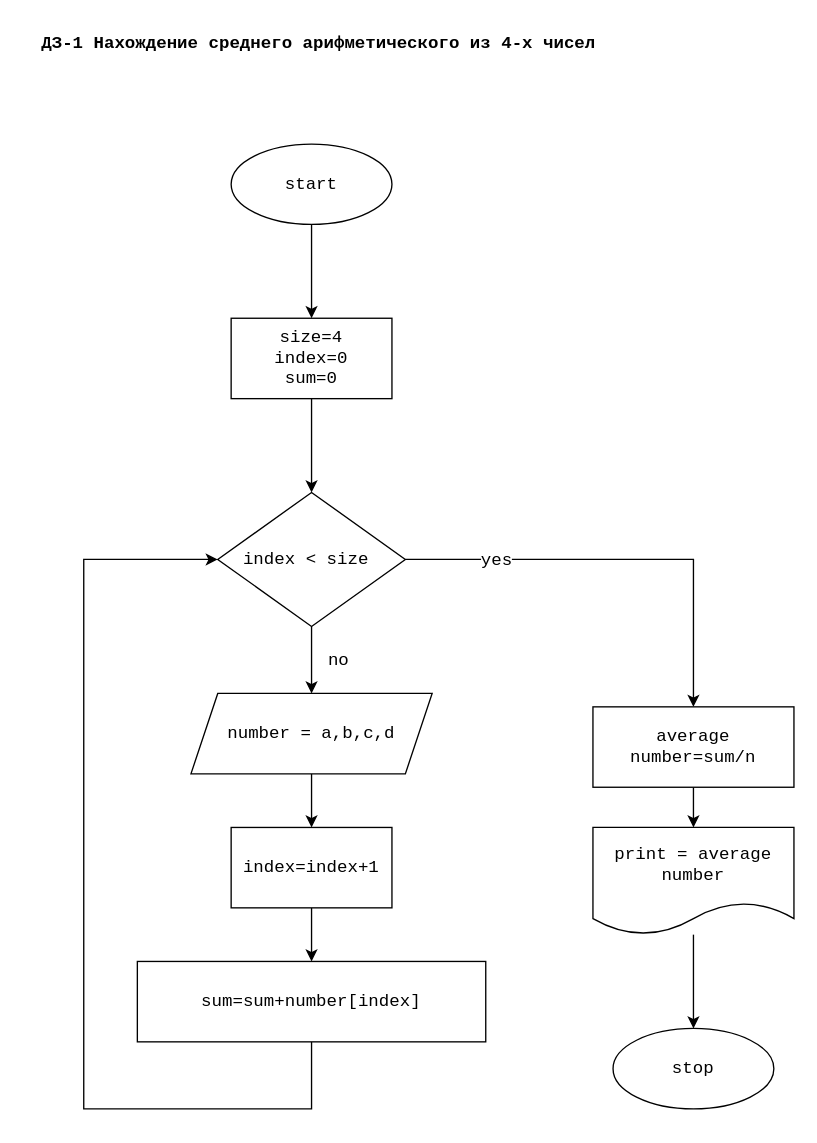
This is ДЗ-1 нахождение среднего арифметического из 4-х чисел..drawio from iyuninva/-, a draw.io file, before an edit. Source tidied: cells renumbered, new cells numbered last; positions are measured from the earlier drawing's top-left corner, leaving out a move shared by most shapes. Both pictures are drawn from the tidied source at 134%, with x=0, y=0 at pixel (23, 23).
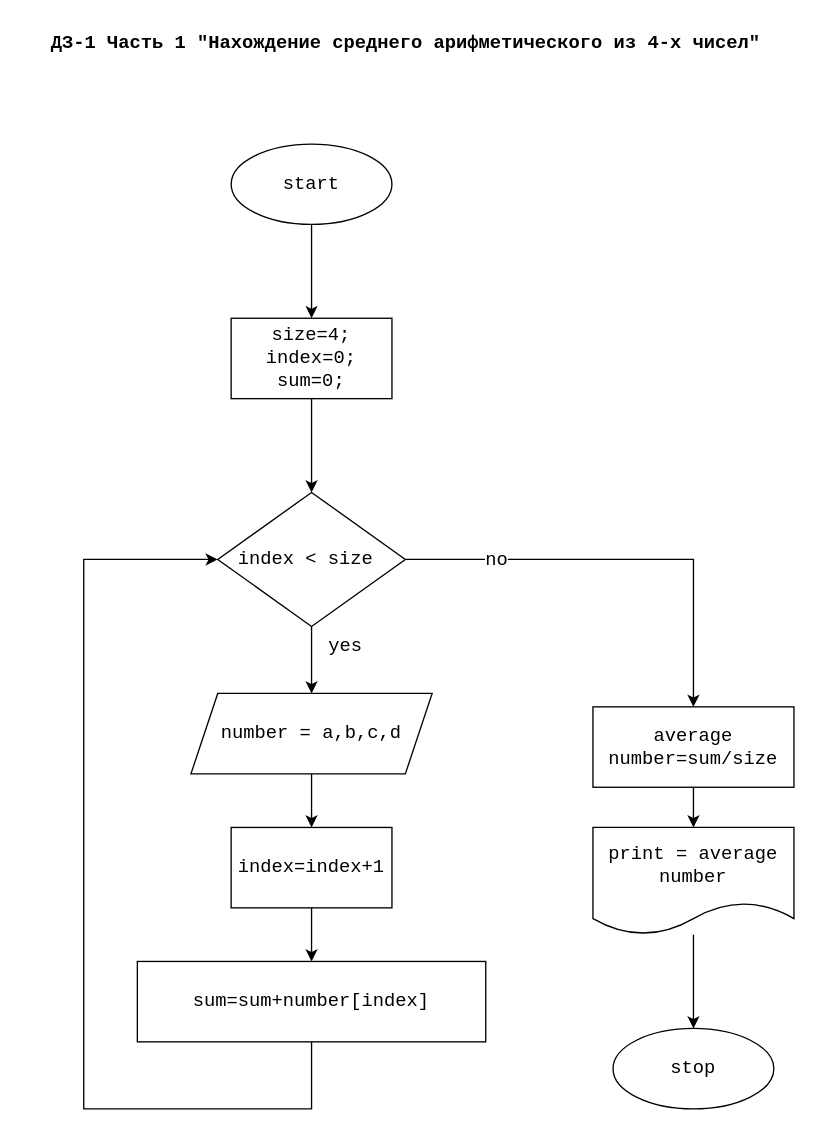
The same diagram, later.

The edit, as a diff of the source:
```diff
@@
-    <mxCell id="2" value="ДЗ-1 Нахождение&amp;nbsp;среднего арифметического из 4-х чисел" style="text;html=1;align=center;verticalAlign=middle;strokeColor=none;fillColor=none;fontFamily=Courier New;fontStyle=1;fontSize=13;" parent="1" vertex="1">
-      <mxGeometry width="440" height="30" as="geometry" />
+    <mxCell id="2" value="ДЗ-1 Часть 1 &quot;Нахождение&amp;nbsp;среднего арифметического из 4-х чисел&quot;" style="text;html=1;align=center;verticalAlign=middle;strokeColor=none;fillColor=none;fontFamily=Courier New;fontStyle=1;fontSize=14;" parent="1" vertex="1">
+      <mxGeometry x="10" width="550" height="30" as="geometry" />
     </mxCell>
-    <mxCell id="3" style="edgeStyle=orthogonalEdgeStyle;rounded=0;jettySize=auto;html=1;fontFamily=Courier New;fontSize=13;" parent="1" edge="1" source="4">
+    <mxCell id="3" style="edgeStyle=orthogonalEdgeStyle;rounded=0;jettySize=auto;html=1;fontFamily=Courier New;fontSize=14;" parent="1" edge="1" source="4">
       <mxGeometry relative="1" as="geometry">
         <mxPoint x="215" y="220" as="targetPoint" />
       </mxGeometry>
     </mxCell>
-    <mxCell id="4" value="start" style="ellipse;whiteSpace=wrap;html=1;fontFamily=Courier New;fontSize=13;" parent="1" vertex="1">
+    <mxCell id="4" value="start" style="ellipse;whiteSpace=wrap;html=1;fontFamily=Courier New;fontSize=14;" parent="1" vertex="1">
       <mxGeometry x="155" y="90" width="120" height="60" as="geometry" />
     </mxCell>
-    <mxCell id="5" style="edgeStyle=orthogonalEdgeStyle;rounded=0;orthogonalLoop=1;jettySize=auto;html=1;exitX=0.5;exitY=1;exitDx=0;exitDy=0;fontFamily=Courier New;fontSize=13;" parent="1" edge="1" source="4" target="4">
+    <mxCell id="5" style="edgeStyle=orthogonalEdgeStyle;rounded=0;orthogonalLoop=1;jettySize=auto;html=1;exitX=0.5;exitY=1;exitDx=0;exitDy=0;fontFamily=Courier New;fontSize=14;" parent="1" edge="1" source="4" target="4">
       <mxGeometry relative="1" as="geometry" />
     </mxCell>
-    <mxCell id="6" style="edgeStyle=orthogonalEdgeStyle;rounded=0;jettySize=auto;html=1;fontFamily=Courier New;fontSize=13;entryX=0.5;entryY=0;entryDx=0;entryDy=0;" parent="1" edge="1" source="9" target="11">
+    <mxCell id="6" style="edgeStyle=orthogonalEdgeStyle;rounded=0;jettySize=auto;html=1;fontFamily=Courier New;fontSize=14;entryX=0.5;entryY=0;entryDx=0;entryDy=0;" parent="1" edge="1" source="9" target="11">
       <mxGeometry relative="1" as="geometry" />
     </mxCell>
-    <mxCell id="7" value="yes" style="edgeLabel;html=1;align=center;verticalAlign=middle;fontSize=13;fontFamily=Courier New;" parent="6" vertex="1">
+    <mxCell id="7" value="no" style="edgeLabel;html=1;align=center;verticalAlign=middle;fontSize=14;fontFamily=Courier New;" parent="6" vertex="1">
       <mxGeometry x="-0.71" y="3" relative="1" as="geometry">
         <mxPoint x="20" y="3" as="offset" />
       </mxGeometry>
     </mxCell>
-    <mxCell id="8" style="edgeStyle=orthogonalEdgeStyle;rounded=0;jettySize=auto;html=1;fontFamily=Courier New;fontSize=13;" parent="1" edge="1" source="9" target="22">
+    <mxCell id="8" style="edgeStyle=orthogonalEdgeStyle;rounded=0;jettySize=auto;html=1;fontFamily=Courier New;fontSize=14;" parent="1" edge="1" source="9" target="22">
       <mxGeometry relative="1" as="geometry" />
     </mxCell>
-    <mxCell id="9" value="index &amp;lt; size&amp;nbsp;" style="rhombus;whiteSpace=wrap;html=1;fontSize=13;fontFamily=Courier New;rounded=0;" parent="1" vertex="1">
+    <mxCell id="9" value="index &amp;lt; size&amp;nbsp;" style="rhombus;whiteSpace=wrap;html=1;fontSize=14;fontFamily=Courier New;rounded=0;" parent="1" vertex="1">
       <mxGeometry x="145" y="350" width="140" height="100" as="geometry" />
     </mxCell>
-    <mxCell id="10" style="edgeStyle=orthogonalEdgeStyle;rounded=0;jettySize=auto;html=1;fontFamily=Courier New;fontSize=13;" parent="1" edge="1" source="11" target="19">
+    <mxCell id="10" style="edgeStyle=orthogonalEdgeStyle;rounded=0;jettySize=auto;html=1;fontFamily=Courier New;fontSize=14;" parent="1" edge="1" source="11" target="19">
       <mxGeometry relative="1" as="geometry" />
     </mxCell>
-    <mxCell id="11" value="average number=sum/n" style="whiteSpace=wrap;html=1;fontFamily=Courier New;fontSize=13;" parent="1" vertex="1">
+    <mxCell id="11" value="average number=sum/size" style="whiteSpace=wrap;html=1;fontFamily=Courier New;fontSize=14;" parent="1" vertex="1">
       <mxGeometry x="425" y="510" width="150" height="60" as="geometry" />
     </mxCell>
-    <mxCell id="12" style="edgeStyle=orthogonalEdgeStyle;rounded=0;jettySize=auto;html=1;fontFamily=Courier New;fontSize=13;" parent="1" edge="1" source="13" target="9">
+    <mxCell id="12" style="edgeStyle=orthogonalEdgeStyle;rounded=0;jettySize=auto;html=1;fontFamily=Courier New;fontSize=14;" parent="1" edge="1" source="13" target="9">
       <mxGeometry relative="1" as="geometry" />
     </mxCell>
-    <mxCell id="13" value="size=4&lt;br style=&quot;font-size: 13px;&quot;&gt;index=0&lt;br style=&quot;font-size: 13px;&quot;&gt;sum=0" style="whiteSpace=wrap;html=1;fontFamily=Courier New;fontSize=13;" parent="1" vertex="1">
+    <mxCell id="13" value="size=4;&lt;br style=&quot;font-size: 14px;&quot;&gt;index=0;&lt;br style=&quot;font-size: 14px;&quot;&gt;sum=0;" style="whiteSpace=wrap;html=1;fontFamily=Courier New;fontSize=14;" parent="1" vertex="1">
       <mxGeometry x="155" y="220" width="120" height="60" as="geometry" />
     </mxCell>
-    <mxCell id="14" style="edgeStyle=orthogonalEdgeStyle;rounded=0;jettySize=auto;html=1;entryX=0.5;entryY=0;entryDx=0;entryDy=0;fontFamily=Courier New;fontSize=13;" parent="1" edge="1" source="15" target="17">
+    <mxCell id="14" style="edgeStyle=orthogonalEdgeStyle;rounded=0;jettySize=auto;html=1;entryX=0.5;entryY=0;entryDx=0;entryDy=0;fontFamily=Courier New;fontSize=14;" parent="1" edge="1" source="15" target="17">
       <mxGeometry relative="1" as="geometry" />
     </mxCell>
-    <mxCell id="15" value="index=index+1" style="whiteSpace=wrap;html=1;fontSize=13;fontFamily=Courier New;rounded=0;" parent="1" vertex="1">
+    <mxCell id="15" value="index=index+1" style="whiteSpace=wrap;html=1;fontSize=14;fontFamily=Courier New;rounded=0;" parent="1" vertex="1">
       <mxGeometry x="155" y="600" width="120" height="60" as="geometry" />
     </mxCell>
-    <mxCell id="16" style="edgeStyle=orthogonalEdgeStyle;rounded=0;jettySize=auto;html=1;fontFamily=Courier New;fontSize=13;entryX=0;entryY=0.5;entryDx=0;entryDy=0;" parent="1" edge="1" source="17" target="9">
+    <mxCell id="16" style="edgeStyle=orthogonalEdgeStyle;rounded=0;jettySize=auto;html=1;fontFamily=Courier New;fontSize=14;entryX=0;entryY=0.5;entryDx=0;entryDy=0;" parent="1" edge="1" source="17" target="9">
       <mxGeometry relative="1" as="geometry">
         <Array as="points">
           <mxPoint x="215" y="810" />
           <mxPoint x="45" y="810" />
           <mxPoint x="45" y="400" />
         </Array>
       </mxGeometry>
     </mxCell>
-    <mxCell id="17" value="sum=sum+number[index]" style="whiteSpace=wrap;html=1;fontSize=13;fontFamily=Courier New;rounded=0;" parent="1" vertex="1">
+    <mxCell id="17" value="sum=sum+number[index]" style="whiteSpace=wrap;html=1;fontSize=14;fontFamily=Courier New;rounded=0;" parent="1" vertex="1">
       <mxGeometry x="85" y="700" width="260" height="60" as="geometry" />
     </mxCell>
-    <mxCell id="18" style="edgeStyle=orthogonalEdgeStyle;rounded=0;jettySize=auto;html=1;fontFamily=Courier New;fontSize=13;" parent="1" edge="1" source="19" target="20">
+    <mxCell id="18" style="edgeStyle=orthogonalEdgeStyle;rounded=0;jettySize=auto;html=1;fontFamily=Courier New;fontSize=14;" parent="1" edge="1" source="19" target="20">
       <mxGeometry relative="1" as="geometry" />
     </mxCell>
-    <mxCell id="19" value="print = average number" style="shape=document;whiteSpace=wrap;html=1;boundedLbl=1;fontSize=13;fontFamily=Courier New;" parent="1" vertex="1">
+    <mxCell id="19" value="print = average number" style="shape=document;whiteSpace=wrap;html=1;boundedLbl=1;fontSize=14;fontFamily=Courier New;" parent="1" vertex="1">
       <mxGeometry x="425" y="600" width="150" height="80" as="geometry" />
     </mxCell>
-    <mxCell id="20" value="stop" style="ellipse;whiteSpace=wrap;html=1;fontSize=13;fontFamily=Courier New;" parent="1" vertex="1">
+    <mxCell id="20" value="stop" style="ellipse;whiteSpace=wrap;html=1;fontSize=14;fontFamily=Courier New;" parent="1" vertex="1">
       <mxGeometry x="440" y="750" width="120" height="60" as="geometry" />
     </mxCell>
-    <mxCell id="21" style="edgeStyle=orthogonalEdgeStyle;rounded=0;jettySize=auto;html=1;entryX=0.5;entryY=0;entryDx=0;entryDy=0;fontFamily=Courier New;fontSize=13;" parent="1" edge="1" source="22" target="15">
+    <mxCell id="21" style="edgeStyle=orthogonalEdgeStyle;rounded=0;jettySize=auto;html=1;entryX=0.5;entryY=0;entryDx=0;entryDy=0;fontFamily=Courier New;fontSize=14;" parent="1" edge="1" source="22" target="15">
       <mxGeometry relative="1" as="geometry" />
     </mxCell>
-    <mxCell id="22" value="number = a,b,c,d" style="shape=parallelogram;perimeter=parallelogramPerimeter;whiteSpace=wrap;html=1;fixedSize=1;fontSize=13;fontFamily=Courier New;rounded=0;" parent="1" vertex="1">
+    <mxCell id="22" value="number = a,b,c,d" style="shape=parallelogram;perimeter=parallelogramPerimeter;whiteSpace=wrap;html=1;fixedSize=1;fontSize=14;fontFamily=Courier New;rounded=0;" parent="1" vertex="1">
       <mxGeometry x="125" y="500" width="180" height="60" as="geometry" />
     </mxCell>
-    <mxCell id="23" value="no" style="text;html=1;align=center;verticalAlign=middle;strokeColor=none;fillColor=none;fontSize=13;fontFamily=Courier New;" parent="1" vertex="1">
-      <mxGeometry x="215" y="460" width="40" height="30" as="geometry" />
+    <mxCell id="23" value="yes" style="text;html=1;align=center;verticalAlign=middle;strokeColor=none;fillColor=none;fontSize=14;fontFamily=Courier New;" parent="1" vertex="1">
+      <mxGeometry x="215" y="450" width="50" height="30" as="geometry" />
     </mxCell>
```
